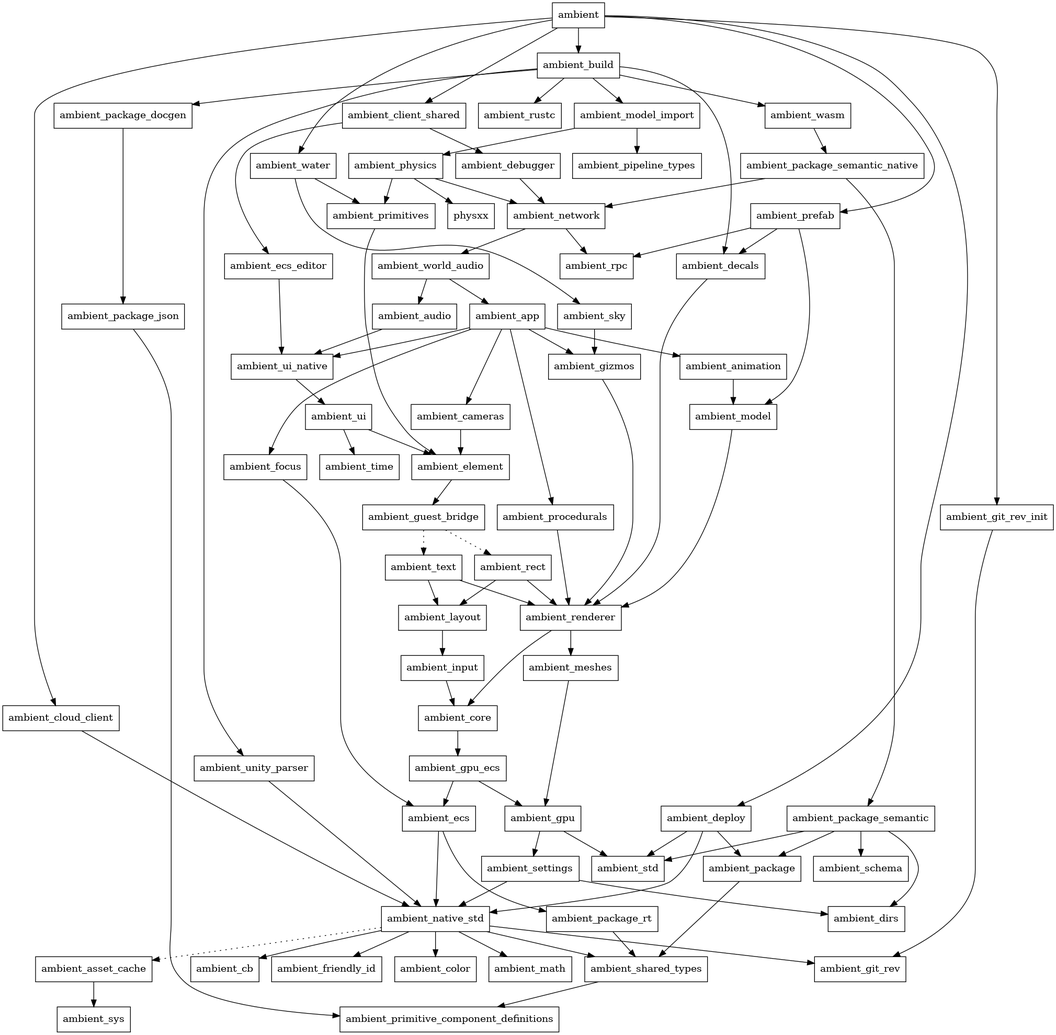
Earlier version of the Graphviz export docs/src/runtime_internals/dependency_graph.png (AmbientRun/Ambient). Its source is kept beside it as docs/src/runtime_internals/dependency_graph.dot.
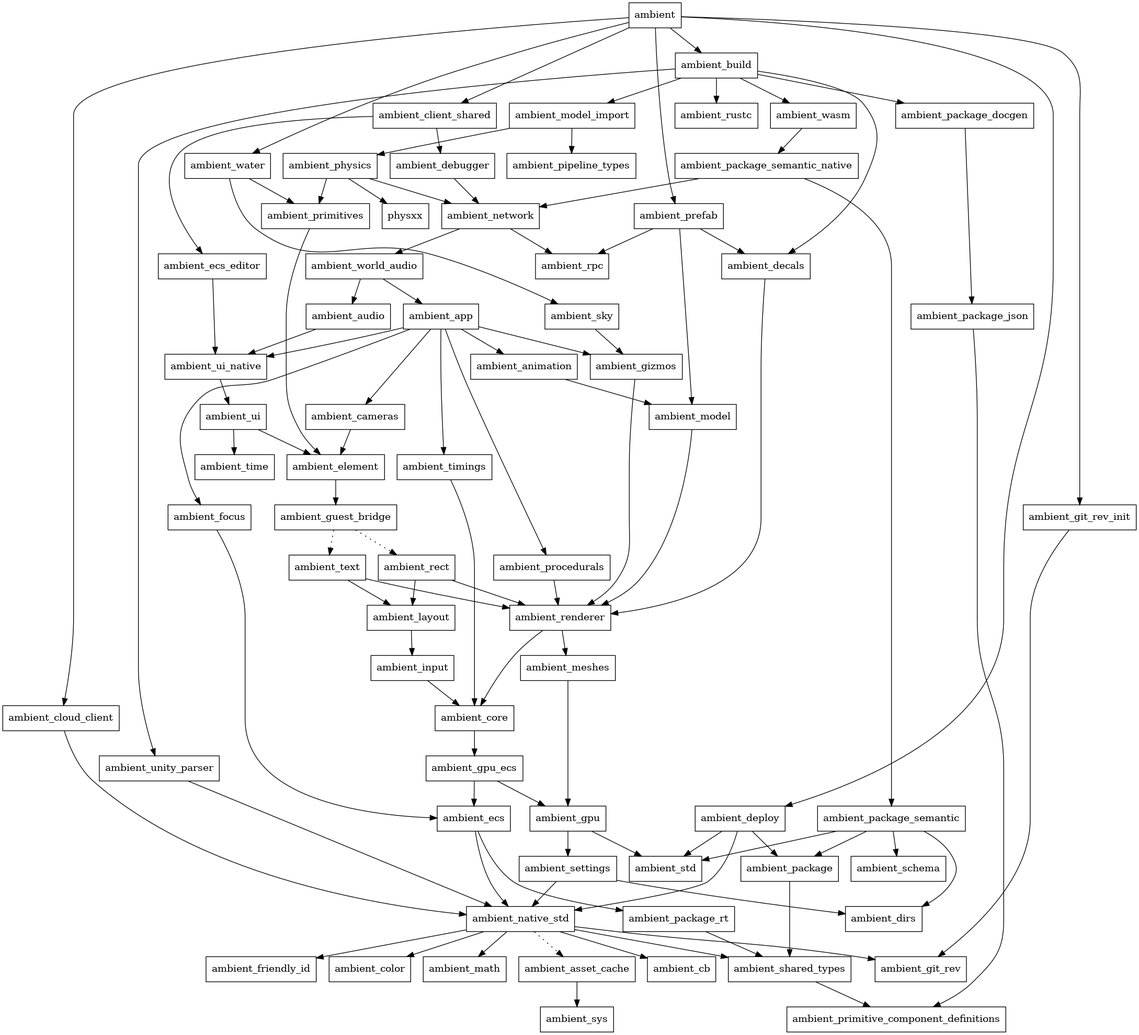
After the change.

Commit message:
Update dependency graph for 8bf59468fd899f3b2badc2f43e3f883b981409df

Change to the diagram source:
```diff
@@ -30,136 +30,139 @@
     28 [ label = "ambient_sky" shape = box]
     29 [ label = "ambient_std" shape = box]
     30 [ label = "ambient_sys" shape = box]
-    31 [ label = "ambient_ui_native" shape = box]
-    32 [ label = "ambient_water" shape = box]
-    33 [ label = "ambient_world_audio" shape = box]
-    34 [ label = "ambient_model" shape = box]
-    35 [ label = "ambient_focus" shape = box]
-    36 [ label = "ambient_gpu" shape = box]
-    37 [ label = "ambient_gpu_ecs" shape = box]
-    38 [ label = "ambient_input" shape = box]
-    39 [ label = "ambient_procedurals" shape = box]
-    40 [ label = "ambient_renderer" shape = box]
-    41 [ label = "ambient_asset_cache" shape = box]
-    42 [ label = "ambient_package_docgen" shape = box]
-    43 [ label = "ambient_package_json" shape = box]
-    44 [ label = "ambient_pipeline_types" shape = box]
-    45 [ label = "ambient_rustc" shape = box]
-    46 [ label = "ambient_unity_parser" shape = box]
-    47 [ label = "ambient_wasm" shape = box]
-    48 [ label = "ambient_ecs_editor" shape = box]
-    49 [ label = "ambient_layout" shape = box]
-    50 [ label = "ambient_meshes" shape = box]
-    51 [ label = "ambient_package_rt" shape = box]
-    52 [ label = "ambient_cb" shape = box]
-    53 [ label = "ambient_friendly_id" shape = box]
-    54 [ label = "ambient_guest_bridge" shape = box]
-    55 [ label = "ambient_git_rev" shape = box]
-    56 [ label = "physxx" shape = box]
-    57 [ label = "ambient_color" shape = box]
-    58 [ label = "ambient_math" shape = box]
-    59 [ label = "ambient_dirs" shape = box]
-    60 [ label = "ambient_schema" shape = box]
-    61 [ label = "ambient_primitive_component_definitions" shape = box]
-    62 [ label = "ambient_rect" shape = box]
-    63 [ label = "ambient_text" shape = box]
-    64 [ label = "ambient_ui" shape = box]
-    65 [ label = "ambient_time" shape = box]
+    31 [ label = "ambient_timings" shape = box]
+    32 [ label = "ambient_ui_native" shape = box]
+    33 [ label = "ambient_water" shape = box]
+    34 [ label = "ambient_world_audio" shape = box]
+    35 [ label = "ambient_model" shape = box]
+    36 [ label = "ambient_focus" shape = box]
+    37 [ label = "ambient_gpu" shape = box]
+    38 [ label = "ambient_gpu_ecs" shape = box]
+    39 [ label = "ambient_input" shape = box]
+    40 [ label = "ambient_procedurals" shape = box]
+    41 [ label = "ambient_renderer" shape = box]
+    42 [ label = "ambient_asset_cache" shape = box]
+    43 [ label = "ambient_package_docgen" shape = box]
+    44 [ label = "ambient_package_json" shape = box]
+    45 [ label = "ambient_pipeline_types" shape = box]
+    46 [ label = "ambient_rustc" shape = box]
+    47 [ label = "ambient_unity_parser" shape = box]
+    48 [ label = "ambient_wasm" shape = box]
+    49 [ label = "ambient_ecs_editor" shape = box]
+    50 [ label = "ambient_layout" shape = box]
+    51 [ label = "ambient_meshes" shape = box]
+    52 [ label = "ambient_package_rt" shape = box]
+    53 [ label = "ambient_cb" shape = box]
+    54 [ label = "ambient_friendly_id" shape = box]
+    55 [ label = "ambient_guest_bridge" shape = box]
+    56 [ label = "ambient_git_rev" shape = box]
+    57 [ label = "physxx" shape = box]
+    58 [ label = "ambient_color" shape = box]
+    59 [ label = "ambient_math" shape = box]
+    60 [ label = "ambient_dirs" shape = box]
+    61 [ label = "ambient_schema" shape = box]
+    62 [ label = "ambient_primitive_component_definitions" shape = box]
+    63 [ label = "ambient_rect" shape = box]
+    64 [ label = "ambient_text" shape = box]
+    65 [ label = "ambient_ui" shape = box]
+    66 [ label = "ambient_time" shape = box]
     0 -> 4 [ ]
     0 -> 6 [ ]
     0 -> 7 [ ]
     0 -> 11 [ ]
     0 -> 14 [ ]
     0 -> 23 [ ]
-    0 -> 32 [ ]
-    1 -> 34 [ ]
+    0 -> 33 [ ]
+    1 -> 35 [ ]
     2 -> 1 [ ]
     2 -> 5 [ ]
-    2 -> 35 [ ]
+    2 -> 36 [ ]
     2 -> 15 [ ]
-    2 -> 39 [ ]
+    2 -> 40 [ ]
     2 -> 31 [ ]
-    3 -> 31 [ ]
+    2 -> 32 [ ]
+    3 -> 32 [ ]
     4 -> 10 [ ]
     4 -> 16 [ ]
-    4 -> 42 [ ]
-    4 -> 45 [ ]
+    4 -> 43 [ ]
     4 -> 46 [ ]
     4 -> 47 [ ]
+    4 -> 48 [ ]
     5 -> 13 [ ]
     6 -> 9 [ ]
-    6 -> 48 [ ]
+    6 -> 49 [ ]
     7 -> 17 [ ]
-    8 -> 37 [ ]
+    8 -> 38 [ ]
     9 -> 18 [ ]
-    10 -> 40 [ ]
+    10 -> 41 [ ]
     11 -> 17 [ ]
     11 -> 19 [ ]
     11 -> 29 [ ]
     12 -> 17 [ ]
-    12 -> 51 [ ]
-    13 -> 54 [ ]
-    14 -> 55 [ ]
-    15 -> 40 [ ]
+    12 -> 52 [ ]
+    13 -> 55 [ ]
+    14 -> 56 [ ]
+    15 -> 41 [ ]
     16 -> 22 [ ]
-    16 -> 44 [ ]
-    17 -> 41 [ style = dotted]
-    17 -> 52 [ ]
-    17 -> 57 [ ]
+    16 -> 45 [ ]
+    17 -> 42 [ style = dotted]
     17 -> 53 [ ]
-    17 -> 55 [ ]
     17 -> 58 [ ]
+    17 -> 54 [ ]
+    17 -> 56 [ ]
+    17 -> 59 [ ]
     17 -> 27 [ ]
     18 -> 25 [ ]
-    18 -> 33 [ ]
+    18 -> 34 [ ]
     19 -> 27 [ ]
-    20 -> 59 [ ]
+    20 -> 60 [ ]
     20 -> 19 [ ]
-    20 -> 60 [ ]
+    20 -> 61 [ ]
     20 -> 29 [ ]
     21 -> 18 [ ]
     21 -> 20 [ ]
     22 -> 18 [ ]
     22 -> 24 [ ]
-    22 -> 56 [ ]
+    22 -> 57 [ ]
     23 -> 10 [ ]
-    23 -> 34 [ ]
+    23 -> 35 [ ]
     23 -> 25 [ ]
     24 -> 13 [ ]
-    26 -> 59 [ ]
+    26 -> 60 [ ]
     26 -> 17 [ ]
-    27 -> 61 [ ]
+    27 -> 62 [ ]
     28 -> 15 [ ]
-    31 -> 64 [ ]
-    32 -> 24 [ ]
-    32 -> 28 [ ]
-    33 -> 2 [ ]
-    33 -> 3 [ ]
-    34 -> 40 [ ]
-    35 -> 12 [ ]
-    36 -> 26 [ ]
-    36 -> 29 [ ]
-    37 -> 12 [ ]
-    37 -> 36 [ ]
-    38 -> 8 [ ]
-    39 -> 40 [ ]
-    40 -> 8 [ ]
-    40 -> 50 [ ]
-    41 -> 30 [ ]
-    42 -> 43 [ ]
-    43 -> 61 [ ]
-    46 -> 17 [ ]
-    47 -> 21 [ ]
-    48 -> 31 [ ]
-    49 -> 38 [ ]
-    50 -> 36 [ ]
-    51 -> 27 [ ]
-    54 -> 62 [ style = dotted]
-    54 -> 63 [ style = dotted]
-    62 -> 49 [ ]
-    62 -> 40 [ ]
-    63 -> 49 [ ]
-    63 -> 40 [ ]
-    64 -> 13 [ ]
-    64 -> 65 [ ]
+    31 -> 8 [ ]
+    32 -> 65 [ ]
+    33 -> 24 [ ]
+    33 -> 28 [ ]
+    34 -> 2 [ ]
+    34 -> 3 [ ]
+    35 -> 41 [ ]
+    36 -> 12 [ ]
+    37 -> 26 [ ]
+    37 -> 29 [ ]
+    38 -> 12 [ ]
+    38 -> 37 [ ]
+    39 -> 8 [ ]
+    40 -> 41 [ ]
+    41 -> 8 [ ]
+    41 -> 51 [ ]
+    42 -> 30 [ ]
+    43 -> 44 [ ]
+    44 -> 62 [ ]
+    47 -> 17 [ ]
+    48 -> 21 [ ]
+    49 -> 32 [ ]
+    50 -> 39 [ ]
+    51 -> 37 [ ]
+    52 -> 27 [ ]
+    55 -> 63 [ style = dotted]
+    55 -> 64 [ style = dotted]
+    63 -> 50 [ ]
+    63 -> 41 [ ]
+    64 -> 50 [ ]
+    64 -> 41 [ ]
+    65 -> 13 [ ]
+    65 -> 66 [ ]
 }
```
